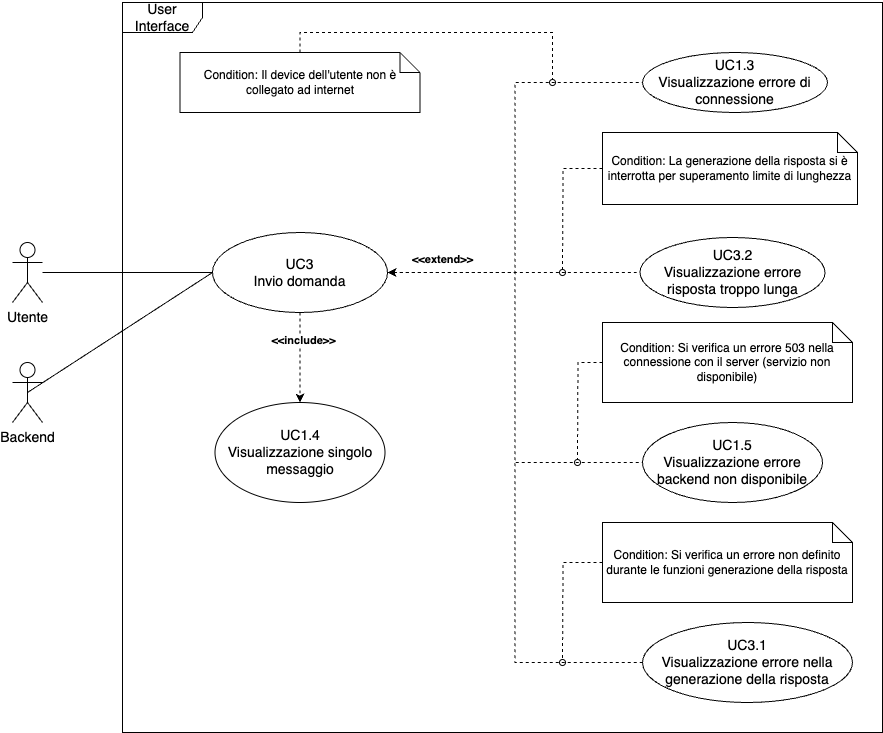
Above: images/analisi-dei-requisiti/UC0_ask_User-UI.png in SweeTenTeam/Docs (draw.io), before the change. Source tidied: cells renumbered, new cells last; positions are measured from the earlier drawing's top-left corner, leaving out a move shared by most shapes.
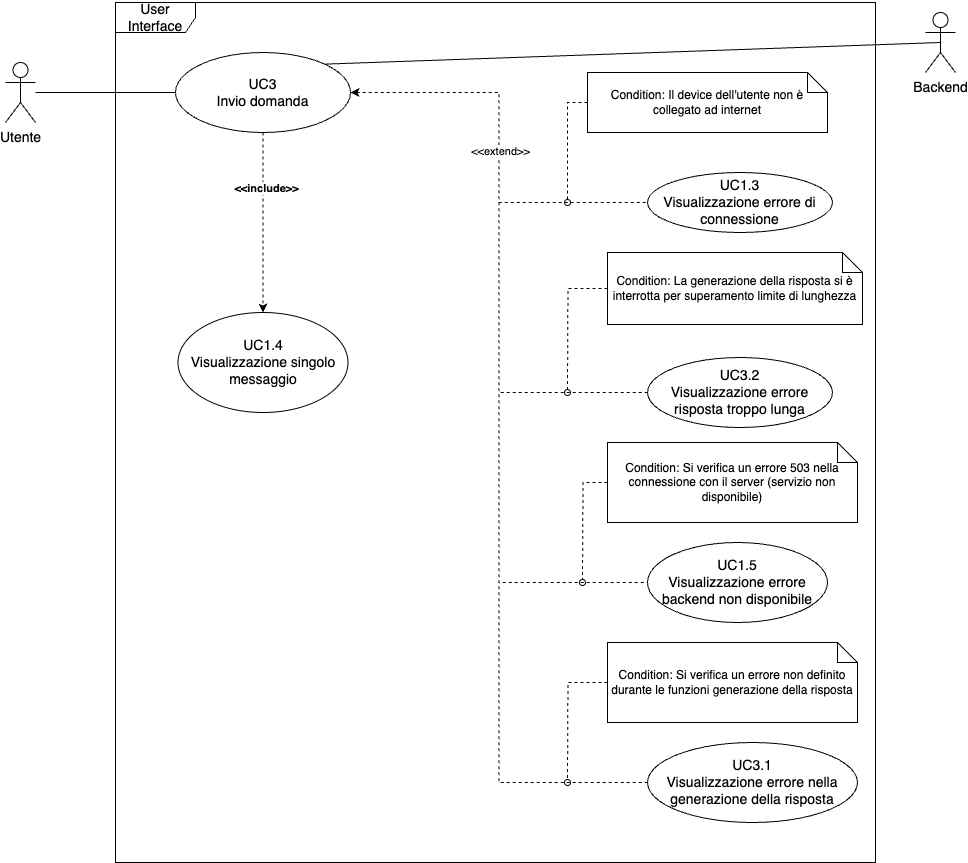
The same diagram one commit later.

Diff of the diagram source:
```diff
@@ -3,7 +3,7 @@
     <mxCell id="0" />
     <mxCell id="1" parent="0" />
     <mxCell id="2" value="User Interface" style="shape=umlFrame;whiteSpace=wrap;html=1;width=80;height=30;fontSize=14;" parent="1" vertex="1">
-      <mxGeometry x="110" width="760" height="730" as="geometry" />
+      <mxGeometry x="110" width="760" height="860" as="geometry" />
     </mxCell>
     <mxCell id="3" style="edgeStyle=orthogonalEdgeStyle;rounded=0;jettySize=auto;html=1;entryX=0.5;entryY=0;entryDx=0;entryDy=0;dashed=1;" parent="1" edge="1" source="9" target="15">
       <mxGeometry relative="1" as="geometry" />
@@ -25,74 +25,70 @@
     <mxCell id="8" style="edgeStyle=orthogonalEdgeStyle;rounded=0;jettySize=auto;html=1;entryX=0;entryY=0.5;entryDx=0;entryDy=0;startArrow=classic;startFill=1;endArrow=none;endFill=0;dashed=1;" parent="1" edge="1" source="9" target="12">
       <mxGeometry relative="1" as="geometry" />
     </mxCell>
+    <mxCell id="13" value="&amp;lt;&amp;lt;extend&amp;gt;&amp;gt;" style="edgeLabel;html=1;align=center;verticalAlign=middle;" parent="8" vertex="1">
+      <mxGeometry x="-0.58" y="1" relative="1" as="geometry" />
+    </mxCell>
     <mxCell id="9" value="UC3&lt;div&gt;Invio domanda&lt;/div&gt;" style="ellipse;whiteSpace=wrap;html=1;fontSize=14;" parent="1" vertex="1">
-      <mxGeometry x="200" y="230" width="175" height="80" as="geometry" />
+      <mxGeometry x="170" y="50" width="175" height="80" as="geometry" />
     </mxCell>
     <mxCell id="10" style="edgeStyle=orthogonalEdgeStyle;rounded=0;jettySize=auto;html=1;endArrow=none;endFill=0;" parent="1" edge="1" source="11" target="9">
       <mxGeometry relative="1" as="geometry" />
     </mxCell>
     <mxCell id="11" value="Utente" style="shape=umlActor;verticalLabelPosition=bottom;verticalAlign=top;html=1;fontSize=14;" parent="1" vertex="1">
-      <mxGeometry y="240" width="30" height="60" as="geometry" />
+      <mxGeometry y="60" width="30" height="60" as="geometry" />
     </mxCell>
     <mxCell id="12" value="UC3.1&lt;div&gt;Visualizzazione errore nella generazione della risposta&lt;/div&gt;" style="ellipse;whiteSpace=wrap;html=1;fontSize=14;" parent="1" vertex="1">
-      <mxGeometry x="630" y="620" width="210" height="80" as="geometry" />
+      <mxGeometry x="642" y="740" width="210" height="80" as="geometry" />
     </mxCell>
-    <mxCell id="13" value="&lt;font style=&quot;font-size: 11px;&quot;&gt;&amp;lt;&amp;lt;extend&amp;gt;&amp;gt;&lt;/font&gt;" style="text;align=center;fontStyle=1;verticalAlign=middle;spacingLeft=3;spacingRight=3;strokeColor=none;html=1;" parent="1" vertex="1">
-      <mxGeometry x="390" y="244" width="80" height="26" as="geometry" />
-    </mxCell>
     <mxCell id="14" value="UC1.3&lt;div&gt;Visualizzazione errore di connessione&lt;/div&gt;" style="ellipse;whiteSpace=wrap;html=1;fontSize=14;" parent="1" vertex="1">
-      <mxGeometry x="630" y="50" width="185" height="60" as="geometry" />
+      <mxGeometry x="642" y="170" width="185" height="60" as="geometry" />
     </mxCell>
     <mxCell id="15" value="UC1.4&lt;div&gt;Visualizzazione singolo messaggio&lt;/div&gt;" style="ellipse;whiteSpace=wrap;html=1;fontSize=14;" parent="1" vertex="1">
-      <mxGeometry x="202.5" y="400" width="170" height="100" as="geometry" />
+      <mxGeometry x="172.5" y="310" width="170" height="100" as="geometry" />
     </mxCell>
     <mxCell id="16" value="Backend" style="shape=umlActor;verticalLabelPosition=bottom;verticalAlign=top;html=1;fontSize=14;" parent="1" vertex="1">
-      <mxGeometry y="360" width="30" height="60" as="geometry" />
+      <mxGeometry x="920" y="10" width="30" height="60" as="geometry" />
     </mxCell>
-    <mxCell id="17" style="endArrow=none;html=1;rounded=0;exitX=0.5;exitY=0.5;exitDx=0;exitDy=0;exitPerimeter=0;entryX=0;entryY=0.5;entryDx=0;entryDy=0;" parent="1" edge="1" source="16" target="9">
+    <mxCell id="17" style="endArrow=none;html=1;rounded=0;exitX=0.5;exitY=0.5;exitDx=0;exitDy=0;exitPerimeter=0;entryX=1;entryY=0;entryDx=0;entryDy=0;" parent="1" edge="1" source="16" target="9">
       <mxGeometry relative="1" as="geometry" />
     </mxCell>
-    <mxCell id="18" style="edgeStyle=orthogonalEdgeStyle;rounded=0;jettySize=auto;html=1;endArrow=oval;endFill=0;dashed=1;exitX=0.5;exitY=0;exitDx=0;exitDy=0;exitPerimeter=0;" parent="1" edge="1" source="19">
-      <mxGeometry relative="1" as="geometry">
-        <mxPoint x="540" y="80" as="targetPoint" />
-        <Array as="points">
-          <mxPoint x="288" y="30" />
-          <mxPoint x="540" y="30" />
-        </Array>
-      </mxGeometry>
-    </mxCell>
     <mxCell id="19" value="Condition: Il device dell'utente non è collegato ad internet" style="shape=note;size=20;whiteSpace=wrap;html=1;" parent="1" vertex="1">
-      <mxGeometry x="167.5" y="50" width="240" height="60" as="geometry" />
+      <mxGeometry x="582" y="70" width="240" height="60" as="geometry" />
     </mxCell>
     <mxCell id="20" value="&lt;span style=&quot;text-wrap-mode: nowrap;&quot;&gt;&lt;font style=&quot;font-size: 14px;&quot;&gt;UC1.5&lt;/font&gt;&lt;/span&gt;&lt;div&gt;&lt;font style=&quot;font-size: 14px;&quot;&gt;Visualizzazione errore backend non disponibile&lt;/font&gt;&lt;/div&gt;" style="ellipse;whiteSpace=wrap;html=1;" parent="1" vertex="1">
-      <mxGeometry x="630" y="420" width="180" height="80" as="geometry" />
+      <mxGeometry x="642" y="540" width="180" height="80" as="geometry" />
     </mxCell>
     <mxCell id="21" style="edgeStyle=orthogonalEdgeStyle;rounded=0;jettySize=auto;html=1;dashed=1;endArrow=oval;endFill=0;" parent="1" edge="1" source="22">
       <mxGeometry relative="1" as="geometry">
-        <mxPoint x="565" y="460" as="targetPoint" />
+        <mxPoint x="577" y="580" as="targetPoint" />
       </mxGeometry>
     </mxCell>
     <mxCell id="22" value="Condition: Si verifica un errore 503 nella connessione con il server (servizio non disponibile)" style="shape=note;size=20;whiteSpace=wrap;html=1;" parent="1" vertex="1">
-      <mxGeometry x="590" y="320" width="250" height="80" as="geometry" />
+      <mxGeometry x="602" y="440" width="250" height="80" as="geometry" />
     </mxCell>
     <mxCell id="23" value="UC3.2&lt;div&gt;Visualizzazione errore risposta troppo lunga&lt;/div&gt;" style="ellipse;whiteSpace=wrap;html=1;fontSize=14;" parent="1" vertex="1">
-      <mxGeometry x="627.5" y="235" width="185" height="70" as="geometry" />
+      <mxGeometry x="642" y="355" width="185" height="70" as="geometry" />
     </mxCell>
     <mxCell id="24" style="edgeStyle=orthogonalEdgeStyle;rounded=0;jettySize=auto;html=1;endArrow=oval;endFill=0;dashed=1;" parent="1" edge="1" source="25">
       <mxGeometry relative="1" as="geometry">
-        <mxPoint x="550" y="270" as="targetPoint" />
+        <mxPoint x="562" y="390" as="targetPoint" />
       </mxGeometry>
     </mxCell>
     <mxCell id="25" value="Condition: La generazione della risposta si è interrotta per superamento limite di lunghezza" style="shape=note;size=20;whiteSpace=wrap;html=1;" parent="1" vertex="1">
-      <mxGeometry x="590" y="130" width="255" height="72" as="geometry" />
+      <mxGeometry x="602" y="250" width="255" height="72" as="geometry" />
     </mxCell>
     <mxCell id="26" style="edgeStyle=orthogonalEdgeStyle;rounded=0;jettySize=auto;html=1;dashed=1;endArrow=oval;endFill=0;" parent="1" edge="1" source="27">
       <mxGeometry relative="1" as="geometry">
-        <mxPoint x="550" y="660" as="targetPoint" />
+        <mxPoint x="562" y="780" as="targetPoint" />
       </mxGeometry>
     </mxCell>
     <mxCell id="27" value="Condition: Si verifica un errore non definito durante le funzioni generazione della risposta" style="shape=note;size=20;whiteSpace=wrap;html=1;" parent="1" vertex="1">
-      <mxGeometry x="590" y="520" width="250" height="80" as="geometry" />
+      <mxGeometry x="602" y="640" width="250" height="80" as="geometry" />
     </mxCell>
+    <mxCell id="28" style="edgeStyle=orthogonalEdgeStyle;rounded=0;jettySize=auto;html=1;endArrow=oval;endFill=0;dashed=1;exitX=0;exitY=0.5;exitDx=0;exitDy=0;exitPerimeter=0;" parent="1" edge="1" source="19">
+      <mxGeometry relative="1" as="geometry">
+        <mxPoint x="562" y="200" as="targetPoint" />
+      </mxGeometry>
+    </mxCell>
   </root>
 </mxGraphModel>
```
